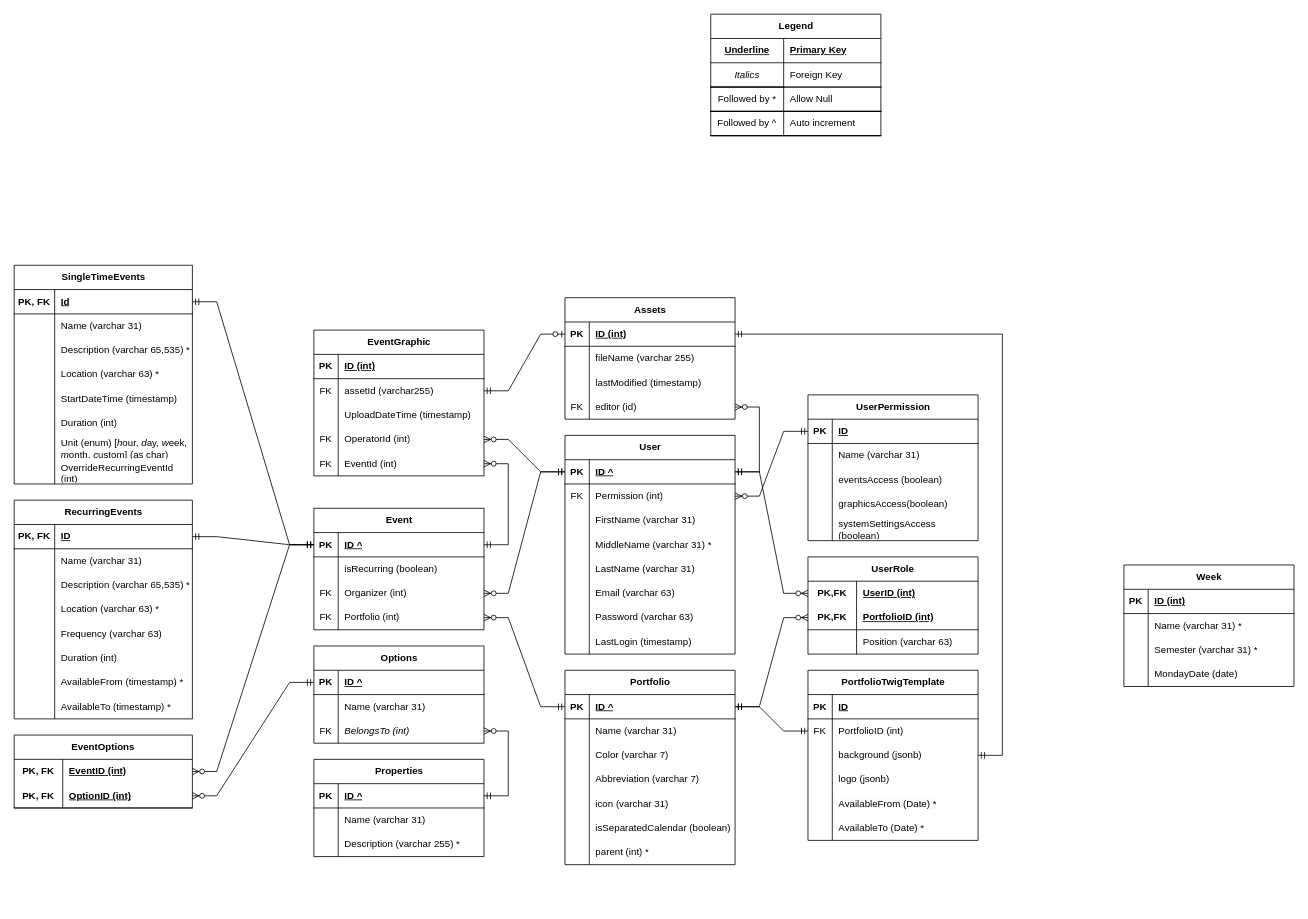
This is design/eTWIG.ER.drawio from stewebb/eTWIG, a draw.io file, before an edit. Source tidied: cells renumbered, new cells numbered last; positions are measured from the earlier drawing's top-left corner, leaving out a move shared by most shapes. Both pictures are drawn from the tidied source at 81%, with x=0, y=0 at pixel (14, 14).
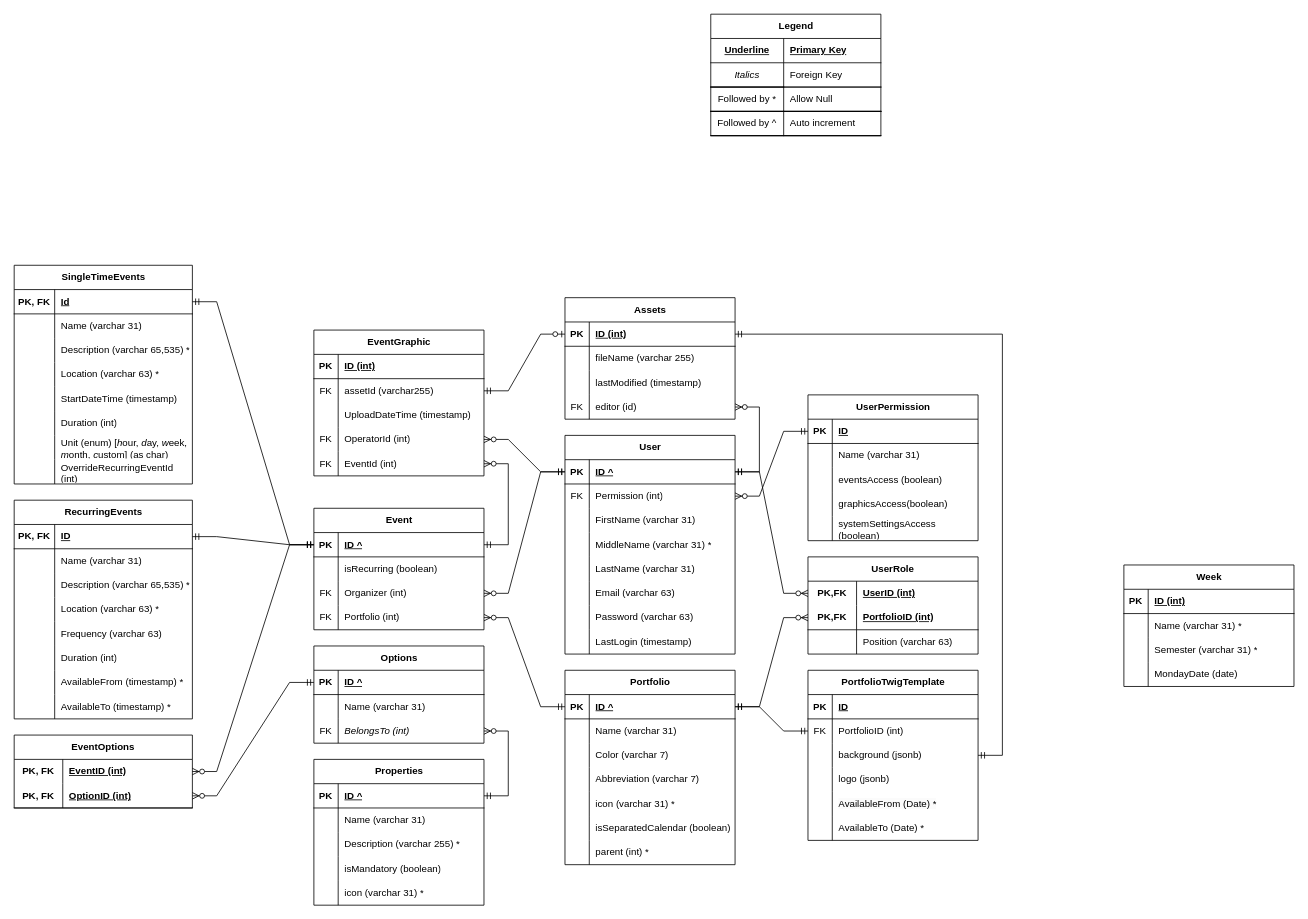
The same page after the edit.

Unchanged cells that the change refers to:
```xml
<mxCell id="28" style="shape=tableRow;horizontal=0;startSize=0;swimlaneHead=0;swimlaneBody=0;fillColor=none;top=0;left=0;right=0;bottom=0;" parent="15" vertex="1">
  <mxGeometry y="150" width="210" height="30" as="geometry" />
</mxCell>
```

Diff of the diagram source:
```diff
@@
-    <mxCell id="30" value="icon (varchar 31)" style="shape=partialRectangle;fillColor=none;top=0;left=0;bottom=0;right=0;align=left;spacingLeft=6;overflow=hidden;whiteSpace=wrap;html=1;" parent="28" vertex="1">
+    <mxCell id="30" value="icon (varchar 31) *" style="shape=partialRectangle;fillColor=none;top=0;left=0;bottom=0;right=0;align=left;spacingLeft=6;overflow=hidden;whiteSpace=wrap;html=1;" parent="28" vertex="1">
       <mxGeometry x="30" width="180" height="30" as="geometry" />
     </mxCell>
@@
     <mxCell id="143" value="Properties" style="shape=table;startSize=30;childLayout=tableLayout;rowLines=0;fontStyle=1;align=center;html=1;" parent="1" vertex="1">
-      <mxGeometry x="370" y="920" width="210" height="120" as="geometry" />
+      <mxGeometry x="370" y="920" width="210" height="180" as="geometry" />
     </mxCell>
@@
+    <mxCell id="255" style="shape=tableRow;horizontal=0;startSize=0;swimlaneHead=0;swimlaneBody=0;fillColor=none;top=0;left=0;right=0;bottom=0;" parent="143" vertex="1">
+      <mxGeometry y="120" width="210" height="30" as="geometry" />
+    </mxCell>
+    <mxCell id="256" style="shape=partialRectangle;fillColor=none;top=0;left=0;bottom=0;right=0;overflow=hidden;whiteSpace=wrap;html=1;" parent="255" vertex="1">
+      <mxGeometry width="30" height="30" as="geometry" />
+    </mxCell>
+    <mxCell id="257" value="isMandatory (boolean)" style="shape=partialRectangle;fillColor=none;top=0;left=0;bottom=0;right=0;align=left;spacingLeft=6;overflow=hidden;whiteSpace=wrap;html=1;" parent="255" vertex="1">
+      <mxGeometry x="30" width="180" height="30" as="geometry" />
+    </mxCell>
+    <mxCell id="258" style="shape=tableRow;horizontal=0;startSize=0;swimlaneHead=0;swimlaneBody=0;fillColor=none;top=0;left=0;right=0;bottom=0;" parent="143" vertex="1">
+      <mxGeometry y="150" width="210" height="30" as="geometry" />
+    </mxCell>
+    <mxCell id="259" style="shape=partialRectangle;fillColor=none;top=0;left=0;bottom=0;right=0;overflow=hidden;whiteSpace=wrap;html=1;" parent="258" vertex="1">
+      <mxGeometry width="30" height="30" as="geometry" />
+    </mxCell>
+    <mxCell id="260" value="icon (varchar 31) *" style="shape=partialRectangle;fillColor=none;top=0;left=0;bottom=0;right=0;align=left;spacingLeft=6;overflow=hidden;whiteSpace=wrap;html=1;" parent="258" vertex="1">
+      <mxGeometry x="30" width="180" height="30" as="geometry" />
+    </mxCell>
```
